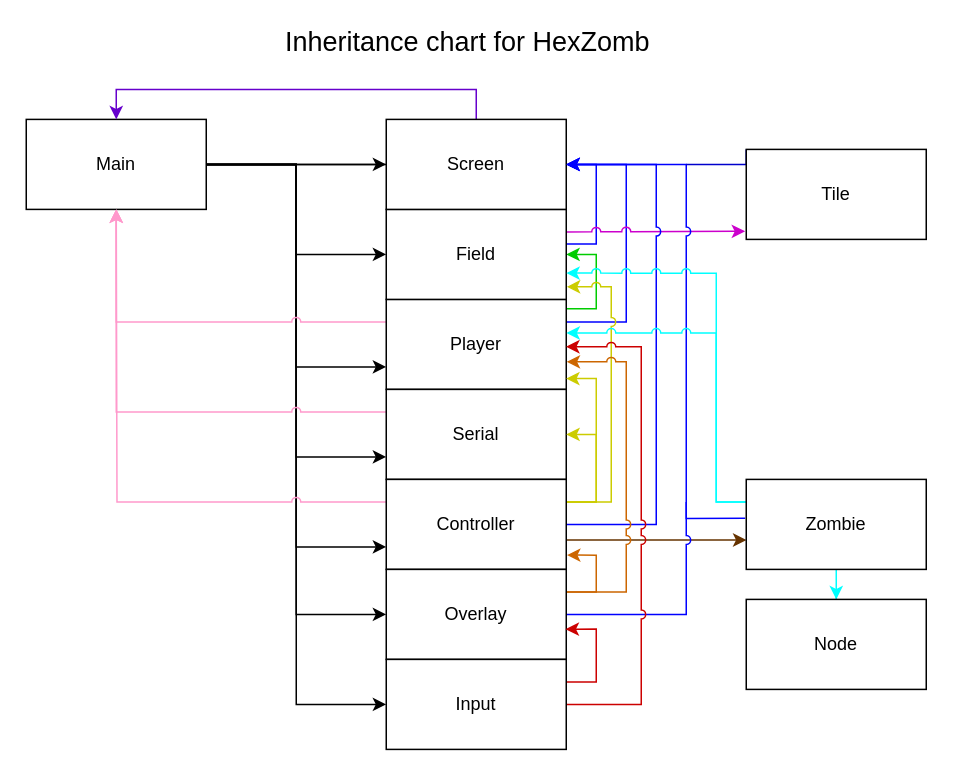
Above: Doc/Inheritance_diagram_AIP-final.drawio in j-siderius/AIP-final (draw.io), before the change. Source tidied: cells renumbered, new cells numbered last; positions are measured from the earlier drawing's top-left corner, leaving out a move shared by most shapes. Both pictures are drawn from the tidied source at 150%, with x=0, y=0 at pixel (26, 27).
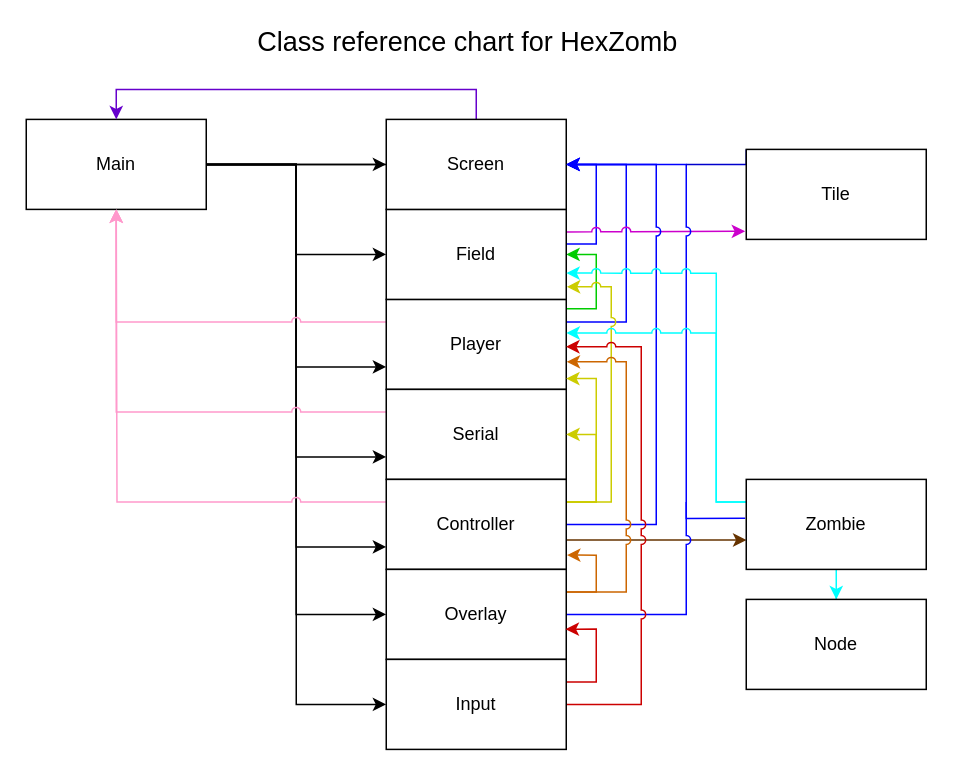
The same diagram, later.

The edit, as a diff of the source:
```diff
@@
-    <mxCell id="44" value="&lt;font style=&quot;font-size: 18px&quot;&gt;Inheritance chart for HexZomb&lt;/font&gt;" style="text;html=1;align=center;verticalAlign=middle;strokeColor=none;fillColor=none;" parent="1" vertex="1">
-      <mxGeometry x="164" width="260" height="20" as="geometry" />
+    <mxCell id="44" value="&lt;font style=&quot;font-size: 18px&quot;&gt;Class reference chart for HexZomb&lt;/font&gt;" style="text;html=1;align=center;verticalAlign=middle;strokeColor=none;fillColor=none;" parent="1" vertex="1">
+      <mxGeometry x="144" width="300" height="20" as="geometry" />
     </mxCell>
```
